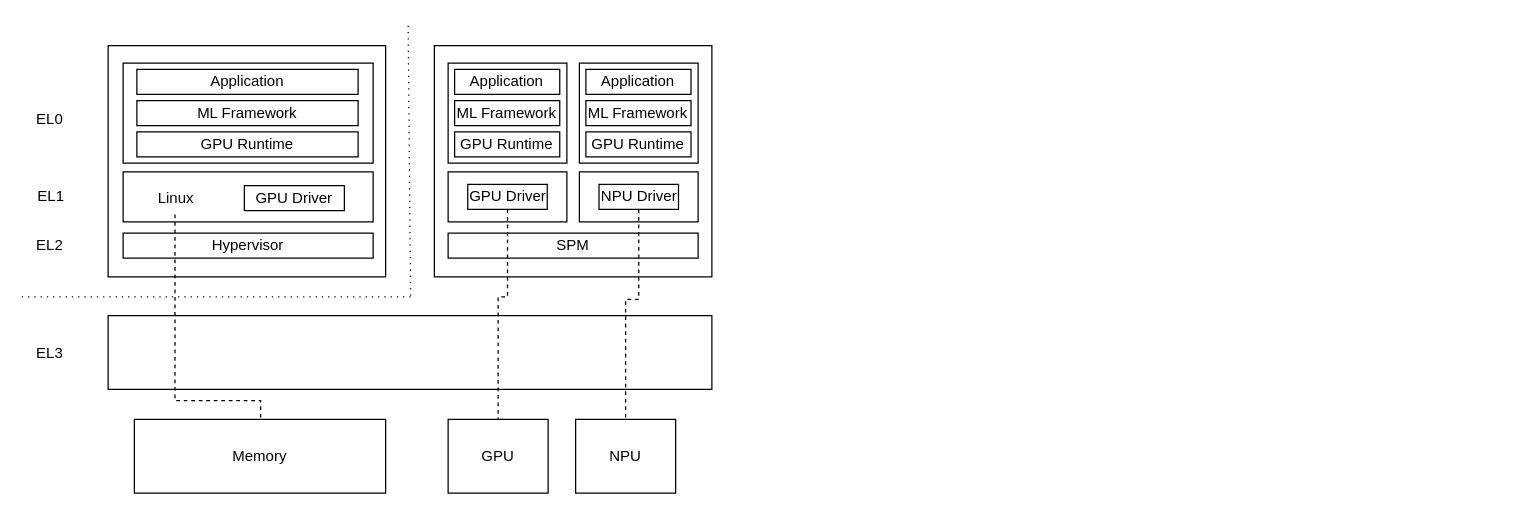
qianfei11/draw.io keeps this draw.io diagram as gpu-tee.drawio. Above is the earlier version. Source tidied: cells renumbered, new cells numbered last; positions are measured from the earlier drawing's top-left corner, leaving out a move shared by most shapes. Both pictures are drawn from the tidied source at 125%, with x=0, y=0 at pixel (21, 21).
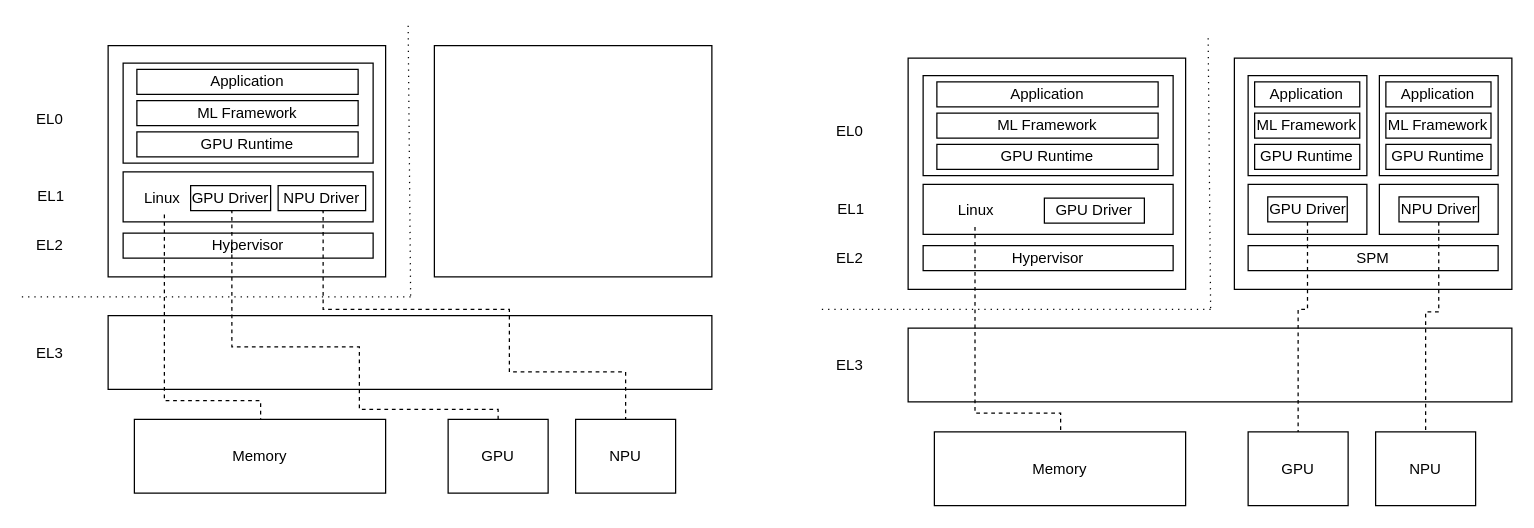
The same page after the edit.

Unchanged cells that the change refers to:
```xml
<mxCell id="16" value="Memory" style="rounded=0;whiteSpace=wrap;html=1;" parent="1" vertex="1">
  <mxGeometry x="90" y="318" width="201" height="59" as="geometry" />
</mxCell>
<mxCell id="17" value="GPU" style="rounded=0;whiteSpace=wrap;html=1;" parent="1" vertex="1">
  <mxGeometry x="341" y="318" width="80" height="59" as="geometry" />
</mxCell>
<mxCell id="18" value="NPU" style="rounded=0;whiteSpace=wrap;html=1;" parent="1" vertex="1">
  <mxGeometry x="443" y="318" width="80" height="59" as="geometry" />
</mxCell>
```

Diff of the diagram source:
```diff
@@
     <mxCell id="6" value="GPU Driver" style="rounded=0;whiteSpace=wrap;html=1;fillStyle=auto;fillColor=#FFFFFF;" parent="1" vertex="1">
-      <mxGeometry x="178" y="131" width="80" height="20" as="geometry" />
+      <mxGeometry x="135" y="131" width="64" height="20" as="geometry" />
     </mxCell>
@@
-    <mxCell id="19" value="SPM" style="rounded=0;whiteSpace=wrap;html=1;" parent="1" vertex="1">
-      <mxGeometry x="341" y="169" width="200" height="20" as="geometry" />
-    </mxCell>
-    <mxCell id="20" style="group;" parent="1" vertex="1">
-      <mxGeometry x="341" y="33" width="95" height="127" as="geometry" />
-    </mxCell>
-    <mxCell id="21" style="rounded=0;whiteSpace=wrap;html=1;" parent="20" vertex="1">
-      <mxGeometry y="87" width="95" height="40" as="geometry" />
-    </mxCell>
-    <mxCell id="22" style="rounded=0;whiteSpace=wrap;html=1;" parent="20" vertex="1">
-      <mxGeometry width="95" height="80" as="geometry" />
-    </mxCell>
-    <mxCell id="23" value="GPU Driver" style="rounded=0;whiteSpace=wrap;html=1;fillStyle=auto;fillColor=#FFFFFF;" parent="20" vertex="1">
-      <mxGeometry x="15.7" y="97" width="63.6" height="20" as="geometry" />
-    </mxCell>
-    <mxCell id="24" value="ML Framework" style="rounded=0;whiteSpace=wrap;html=1;fillStyle=auto;fillColor=#FFFFFF;" parent="20" vertex="1">
-      <mxGeometry x="5.2" y="30" width="84.1" height="20" as="geometry" />
-    </mxCell>
-    <mxCell id="25" value="GPU Runtime" style="rounded=0;whiteSpace=wrap;html=1;fillStyle=auto;fillColor=#FFFFFF;" parent="20" vertex="1">
-      <mxGeometry x="5.2" y="55" width="84.1" height="20" as="geometry" />
-    </mxCell>
-    <mxCell id="26" value="Application" style="rounded=0;whiteSpace=wrap;html=1;fillStyle=auto;fillColor=#FFFFFF;" parent="20" vertex="1">
-      <mxGeometry x="5.2" y="5" width="84.1" height="20" as="geometry" />
-    </mxCell>
-    <mxCell id="27" style="group;" parent="1" vertex="1">
-      <mxGeometry x="446" y="33" width="95" height="127" as="geometry" />
-    </mxCell>
-    <mxCell id="28" style="rounded=0;whiteSpace=wrap;html=1;" parent="27" vertex="1">
-      <mxGeometry y="87" width="95" height="40" as="geometry" />
-    </mxCell>
-    <mxCell id="29" style="rounded=0;whiteSpace=wrap;html=1;" parent="27" vertex="1">
-      <mxGeometry width="95" height="80" as="geometry" />
-    </mxCell>
-    <mxCell id="30" value="NPU Driver" style="rounded=0;whiteSpace=wrap;html=1;fillStyle=auto;fillColor=#FFFFFF;" parent="27" vertex="1">
-      <mxGeometry x="15.7" y="97" width="63.6" height="20" as="geometry" />
-    </mxCell>
-    <mxCell id="31" value="ML Framework" style="rounded=0;whiteSpace=wrap;html=1;fillStyle=auto;fillColor=#FFFFFF;" parent="27" vertex="1">
-      <mxGeometry x="5.2" y="30" width="84.1" height="20" as="geometry" />
-    </mxCell>
-    <mxCell id="32" value="GPU Runtime" style="rounded=0;whiteSpace=wrap;html=1;fillStyle=auto;fillColor=#FFFFFF;" parent="27" vertex="1">
-      <mxGeometry x="5.2" y="55" width="84.1" height="20" as="geometry" />
-    </mxCell>
-    <mxCell id="33" value="Application" style="rounded=0;whiteSpace=wrap;html=1;fillStyle=auto;fillColor=#FFFFFF;" parent="27" vertex="1">
-      <mxGeometry x="5.2" y="5" width="84.1" height="20" as="geometry" />
-    </mxCell>
     <mxCell id="34" style="edgeStyle=orthogonalEdgeStyle;rounded=0;jettySize=auto;html=1;dashed=1;endArrow=none;endFill=0;" parent="1" edge="1" source="35" target="16">
       <mxGeometry relative="1" as="geometry">
         <Array as="points">
-          <mxPoint x="123" y="303" />
+          <mxPoint x="114" y="303" />
           <mxPoint x="191" y="303" />
         </Array>
       </mxGeometry>
     </mxCell>
     <mxCell id="35" value="Linux" style="text;html=1;align=center;verticalAlign=middle;points=[];strokeColor=none;fillColor=none;rounded=0;" parent="1" vertex="1">
-      <mxGeometry x="99" y="128" width="47" height="26" as="geometry" />
+      <mxGeometry x="88" y="128" width="47" height="26" as="geometry" />
     </mxCell>
-    <mxCell id="36" style="edgeStyle=orthogonalEdgeStyle;rounded=0;jettySize=auto;html=1;dashed=1;endArrow=none;endFill=0;" parent="1" edge="1" source="23" target="17">
-      <mxGeometry relative="1" as="geometry">
-        <Array as="points">
-          <mxPoint x="389" y="220" />
-          <mxPoint x="381" y="220" />
-        </Array>
-      </mxGeometry>
-    </mxCell>
-    <mxCell id="37" style="edgeStyle=orthogonalEdgeStyle;rounded=0;jettySize=auto;html=1;dashed=1;endArrow=none;endFill=0;" parent="1" edge="1" source="30" target="18">
+    <mxCell id="37" style="edgeStyle=orthogonalEdgeStyle;rounded=0;jettySize=auto;html=1;dashed=1;endArrow=none;endFill=0;exitX=0.5;exitY=1;exitDx=0;exitDy=0;" parent="1" edge="1" source="75" target="18">
       <mxGeometry relative="1" as="geometry">
         <Array as="points">
-          <mxPoint x="494" y="222" />
-          <mxPoint x="483" y="222" />
+          <mxPoint x="241" y="230" />
+          <mxPoint x="390" y="230" />
+          <mxPoint x="390" y="280" />
+          <mxPoint x="483" y="280" />
         </Array>
       </mxGeometry>
     </mxCell>
@@
+    <mxCell id="40" style="rounded=0;whiteSpace=wrap;html=1;" parent="1" vertex="1">
+      <mxGeometry x="970" y="29" width="222" height="185" as="geometry" />
+    </mxCell>
+    <mxCell id="41" style="rounded=0;whiteSpace=wrap;html=1;" parent="1" vertex="1">
+      <mxGeometry x="709" y="29" width="222" height="185" as="geometry" />
+    </mxCell>
+    <mxCell id="42" style="rounded=0;whiteSpace=wrap;html=1;" parent="1" vertex="1">
+      <mxGeometry x="721" y="130" width="200" height="40" as="geometry" />
+    </mxCell>
+    <mxCell id="43" style="rounded=0;whiteSpace=wrap;html=1;" parent="1" vertex="1">
+      <mxGeometry x="721" y="43" width="200" height="80" as="geometry" />
+    </mxCell>
+    <mxCell id="44" value="GPU Driver" style="rounded=0;whiteSpace=wrap;html=1;fillStyle=auto;fillColor=#FFFFFF;" parent="1" vertex="1">
+      <mxGeometry x="818" y="141" width="80" height="20" as="geometry" />
+    </mxCell>
+    <mxCell id="45" value="EL1" style="text;html=1;align=center;verticalAlign=middle;strokeColor=none;fillColor=none;rounded=0;" parent="1" vertex="1">
+      <mxGeometry x="642.5" y="135" width="40" height="30" as="geometry" />
+    </mxCell>
+    <mxCell id="46" value="EL0" style="text;html=1;align=center;verticalAlign=middle;strokeColor=none;fillColor=none;rounded=0;" parent="1" vertex="1">
+      <mxGeometry x="642" y="73" width="40" height="30" as="geometry" />
+    </mxCell>
+    <mxCell id="47" value="Hypervisor" style="rounded=0;whiteSpace=wrap;html=1;" parent="1" vertex="1">
+      <mxGeometry x="721" y="179" width="200" height="20" as="geometry" />
+    </mxCell>
+    <mxCell id="48" value="EL2" style="text;html=1;align=center;verticalAlign=middle;strokeColor=none;fillColor=none;rounded=0;" parent="1" vertex="1">
+      <mxGeometry x="642" y="174" width="40" height="30" as="geometry" />
+    </mxCell>
+    <mxCell id="49" value="EL3" style="text;html=1;align=center;verticalAlign=middle;strokeColor=none;fillColor=none;rounded=0;" parent="1" vertex="1">
+      <mxGeometry x="642" y="259.5" width="40" height="30" as="geometry" />
+    </mxCell>
+    <mxCell id="50" value="ML Framework" style="rounded=0;whiteSpace=wrap;html=1;fillStyle=auto;fillColor=#FFFFFF;" parent="1" vertex="1">
+      <mxGeometry x="732" y="73" width="177" height="20" as="geometry" />
+    </mxCell>
+    <mxCell id="51" value="GPU Runtime" style="rounded=0;whiteSpace=wrap;html=1;fillStyle=auto;fillColor=#FFFFFF;" parent="1" vertex="1">
+      <mxGeometry x="732" y="98" width="177" height="20" as="geometry" />
+    </mxCell>
+    <mxCell id="52" value="Application" style="rounded=0;whiteSpace=wrap;html=1;fillStyle=auto;fillColor=#FFFFFF;" parent="1" vertex="1">
+      <mxGeometry x="732" y="48" width="177" height="20" as="geometry" />
+    </mxCell>
+    <mxCell id="53" style="rounded=0;whiteSpace=wrap;html=1;" parent="1" vertex="1">
+      <mxGeometry x="709" y="245" width="483" height="59" as="geometry" />
+    </mxCell>
+    <mxCell id="54" value="Memory" style="rounded=0;whiteSpace=wrap;html=1;" parent="1" vertex="1">
+      <mxGeometry x="730" y="328" width="201" height="59" as="geometry" />
+    </mxCell>
+    <mxCell id="55" value="GPU" style="rounded=0;whiteSpace=wrap;html=1;" parent="1" vertex="1">
+      <mxGeometry x="981" y="328" width="80" height="59" as="geometry" />
+    </mxCell>
+    <mxCell id="56" value="NPU" style="rounded=0;whiteSpace=wrap;html=1;" parent="1" vertex="1">
+      <mxGeometry x="1083" y="328" width="80" height="59" as="geometry" />
+    </mxCell>
+    <mxCell id="19" value="SPM" style="rounded=0;whiteSpace=wrap;html=1;" parent="1" vertex="1">
+      <mxGeometry x="981" y="179" width="200" height="20" as="geometry" />
+    </mxCell>
+    <mxCell id="57" style="group;" parent="1" vertex="1">
+      <mxGeometry x="981" y="43" width="95" height="127" as="geometry" />
+    </mxCell>
+    <mxCell id="58" style="rounded=0;whiteSpace=wrap;html=1;" parent="57" vertex="1">
+      <mxGeometry y="87" width="95" height="40" as="geometry" />
+    </mxCell>
+    <mxCell id="59" style="rounded=0;whiteSpace=wrap;html=1;" parent="57" vertex="1">
+      <mxGeometry width="95" height="80" as="geometry" />
+    </mxCell>
+    <mxCell id="23" value="GPU Driver" style="rounded=0;whiteSpace=wrap;html=1;fillStyle=auto;fillColor=#FFFFFF;" parent="57" vertex="1">
+      <mxGeometry x="15.7" y="97" width="63.6" height="20" as="geometry" />
+    </mxCell>
+    <mxCell id="60" value="ML Framework" style="rounded=0;whiteSpace=wrap;html=1;fillStyle=auto;fillColor=#FFFFFF;" parent="57" vertex="1">
+      <mxGeometry x="5.2" y="30" width="84.1" height="20" as="geometry" />
+    </mxCell>
+    <mxCell id="61" value="GPU Runtime" style="rounded=0;whiteSpace=wrap;html=1;fillStyle=auto;fillColor=#FFFFFF;" parent="57" vertex="1">
+      <mxGeometry x="5.2" y="55" width="84.1" height="20" as="geometry" />
+    </mxCell>
+    <mxCell id="62" value="Application" style="rounded=0;whiteSpace=wrap;html=1;fillStyle=auto;fillColor=#FFFFFF;" parent="57" vertex="1">
+      <mxGeometry x="5.2" y="5" width="84.1" height="20" as="geometry" />
+    </mxCell>
+    <mxCell id="63" style="group;" parent="1" vertex="1">
+      <mxGeometry x="1086" y="43" width="95" height="127" as="geometry" />
+    </mxCell>
+    <mxCell id="64" style="rounded=0;whiteSpace=wrap;html=1;" parent="63" vertex="1">
+      <mxGeometry y="87" width="95" height="40" as="geometry" />
+    </mxCell>
+    <mxCell id="65" style="rounded=0;whiteSpace=wrap;html=1;" parent="63" vertex="1">
+      <mxGeometry width="95" height="80" as="geometry" />
+    </mxCell>
+    <mxCell id="30" value="NPU Driver" style="rounded=0;whiteSpace=wrap;html=1;fillStyle=auto;fillColor=#FFFFFF;" parent="63" vertex="1">
+      <mxGeometry x="15.7" y="97" width="63.6" height="20" as="geometry" />
+    </mxCell>
+    <mxCell id="66" value="ML Framework" style="rounded=0;whiteSpace=wrap;html=1;fillStyle=auto;fillColor=#FFFFFF;" parent="63" vertex="1">
+      <mxGeometry x="5.2" y="30" width="84.1" height="20" as="geometry" />
+    </mxCell>
+    <mxCell id="67" value="GPU Runtime" style="rounded=0;whiteSpace=wrap;html=1;fillStyle=auto;fillColor=#FFFFFF;" parent="63" vertex="1">
+      <mxGeometry x="5.2" y="55" width="84.1" height="20" as="geometry" />
+    </mxCell>
+    <mxCell id="68" value="Application" style="rounded=0;whiteSpace=wrap;html=1;fillStyle=auto;fillColor=#FFFFFF;" parent="63" vertex="1">
+      <mxGeometry x="5.2" y="5" width="84.1" height="20" as="geometry" />
+    </mxCell>
+    <mxCell id="69" style="edgeStyle=orthogonalEdgeStyle;rounded=0;jettySize=auto;html=1;dashed=1;endArrow=none;endFill=0;" parent="1" edge="1" source="70" target="54">
+      <mxGeometry relative="1" as="geometry">
+        <Array as="points">
+          <mxPoint x="763" y="313" />
+          <mxPoint x="831" y="313" />
+        </Array>
+      </mxGeometry>
+    </mxCell>
+    <mxCell id="70" value="Linux" style="text;html=1;align=center;verticalAlign=middle;points=[];strokeColor=none;fillColor=none;rounded=0;" parent="1" vertex="1">
+      <mxGeometry x="739" y="138" width="47" height="26" as="geometry" />
+    </mxCell>
+    <mxCell id="71" style="edgeStyle=orthogonalEdgeStyle;rounded=0;jettySize=auto;html=1;dashed=1;endArrow=none;endFill=0;" parent="1" edge="1" source="23" target="55">
+      <mxGeometry relative="1" as="geometry">
+        <Array as="points">
+          <mxPoint x="1029" y="230" />
+          <mxPoint x="1021" y="230" />
+        </Array>
+      </mxGeometry>
+    </mxCell>
+    <mxCell id="72" style="edgeStyle=orthogonalEdgeStyle;rounded=0;jettySize=auto;html=1;dashed=1;endArrow=none;endFill=0;" parent="1" edge="1" source="30" target="56">
+      <mxGeometry relative="1" as="geometry">
+        <Array as="points">
+          <mxPoint x="1134" y="232" />
+          <mxPoint x="1123" y="232" />
+        </Array>
+      </mxGeometry>
+    </mxCell>
+    <mxCell id="73" style="endArrow=none;dashed=1;html=1;rounded=0;dashPattern=1 4;" parent="1" edge="1">
+      <mxGeometry relative="1" as="geometry">
+        <mxPoint x="951" y="229" as="sourcePoint" />
+        <mxPoint x="949" y="10" as="targetPoint" />
+      </mxGeometry>
+    </mxCell>
+    <mxCell id="74" style="endArrow=none;dashed=1;html=1;rounded=0;dashPattern=1 4;" parent="1" edge="1">
+      <mxGeometry relative="1" as="geometry">
+        <mxPoint x="951" y="230" as="sourcePoint" />
+        <mxPoint x="640" y="230" as="targetPoint" />
+      </mxGeometry>
+    </mxCell>
+    <mxCell id="75" value="NPU Driver" style="rounded=0;whiteSpace=wrap;html=1;fillStyle=auto;fillColor=#FFFFFF;" parent="1" vertex="1">
+      <mxGeometry x="205" y="131" width="70" height="20" as="geometry" />
+    </mxCell>
+    <mxCell id="76" style="edgeStyle=orthogonalEdgeStyle;rounded=0;jettySize=auto;html=1;dashed=1;endArrow=none;endFill=0;exitX=0.5;exitY=1;exitDx=0;exitDy=0;entryX=0.5;entryY=0;entryDx=0;entryDy=0;" parent="1" edge="1" source="6" target="17">
+      <mxGeometry relative="1" as="geometry">
+        <Array as="points">
+          <mxPoint x="168" y="260" />
+          <mxPoint x="270" y="260" />
+          <mxPoint x="270" y="310" />
+          <mxPoint x="381" y="310" />
+        </Array>
+      </mxGeometry>
+    </mxCell>
```
